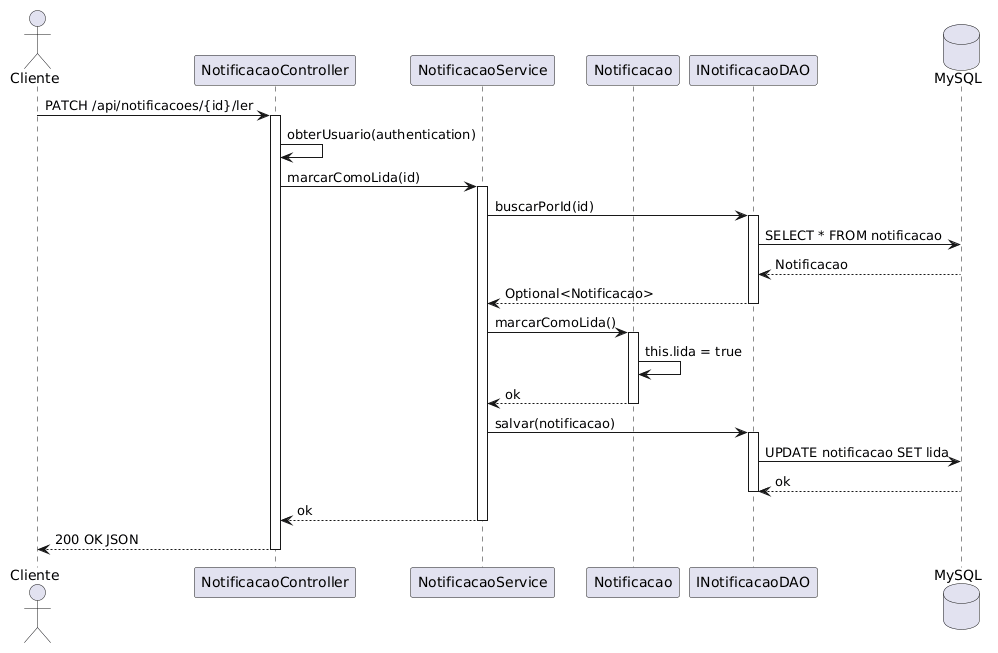
Before: Diagramas/Diagramas de Sequência/Notificacoes/Diagrama de Sequencia - Marcar Notificacao Como Lida.png, a diagram exported from PlantUML (MatheusAbib/Jornal-de-Receitas). Its diagram source:
```plantuml
@startuml
actor "Cliente" as user
participant "NotificacaoController" as controller
participant "NotificacaoService" as service
participant "Notificacao" as notificacao
participant "INotificacaoDAO" as dao
database "MySQL" as db

user -> controller : PATCH /api/notificacoes/{id}/ler
activate controller

controller -> controller : obterUsuario(authentication)
controller -> service : marcarComoLida(id)
activate service

service -> dao : buscarPorId(id)
activate dao
dao -> db : SELECT * FROM notificacao
db --> dao : Notificacao
dao --> service : Optional<Notificacao>
deactivate dao

service -> notificacao : marcarComoLida()
activate notificacao
notificacao -> notificacao : this.lida = true
notificacao --> service : ok
deactivate notificacao

service -> dao : salvar(notificacao)
activate dao
dao -> db : UPDATE notificacao SET lida
db --> dao : ok
deactivate dao

service --> controller : ok
deactivate service

controller --> user : 200 OK JSON
deactivate controller
@enduml
```
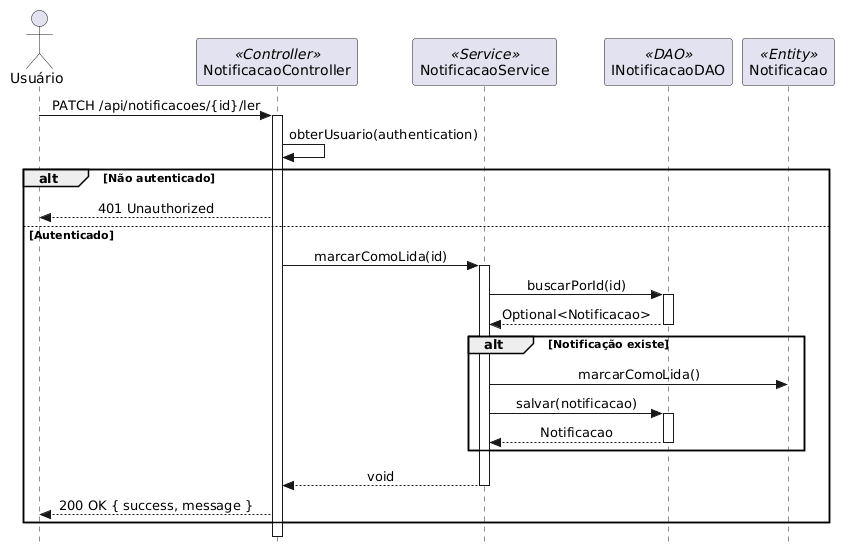
Later version of the same file.

Change to the diagram source:
```diff
@@ -1,40 +1,36 @@
 @startuml
-actor "Cliente" as user
-participant "NotificacaoController" as controller
-participant "NotificacaoService" as service
-participant "Notificacao" as notificacao
-participant "INotificacaoDAO" as dao
-database "MySQL" as db
+skinparam style strictuml
+skinparam sequenceMessageAlign center
+skinparam shadowing false
 
-user -> controller : PATCH /api/notificacoes/{id}/ler
-activate controller
+actor "Usuário" as user
+participant "NotificacaoController" as ctrl <<Controller>>
+participant "NotificacaoService" as svc <<Service>>
+participant "INotificacaoDAO" as dao <<DAO>>
+participant "Notificacao" as model <<Entity>>
 
-controller -> controller : obterUsuario(authentication)
-controller -> service : marcarComoLida(id)
-activate service
-
-service -> dao : buscarPorId(id)
-activate dao
-dao -> db : SELECT * FROM notificacao
-db --> dao : Notificacao
-dao --> service : Optional<Notificacao>
-deactivate dao
-
-service -> notificacao : marcarComoLida()
-activate notificacao
-notificacao -> notificacao : this.lida = true
-notificacao --> service : ok
-deactivate notificacao
-
-service -> dao : salvar(notificacao)
-activate dao
-dao -> db : UPDATE notificacao SET lida
-db --> dao : ok
-deactivate dao
-
-service --> controller : ok
-deactivate service
-
-controller --> user : 200 OK JSON
-deactivate controller
+user -> ctrl: PATCH /api/notificacoes/{id}/ler
+activate ctrl
+ctrl -> ctrl: obterUsuario(authentication)
+alt Não autenticado
+    ctrl --> user: 401 Unauthorized
+else Autenticado
+    ctrl -> svc: marcarComoLida(id)
+    activate svc
+    svc -> dao: buscarPorId(id)
+    activate dao
+    dao --> svc: Optional<Notificacao>
+    deactivate dao
+    alt Notificação existe
+        svc -> model: marcarComoLida()
+        svc -> dao: salvar(notificacao)
+        activate dao
+        dao --> svc: Notificacao
+        deactivate dao
+    end
+    svc --> ctrl: void
+    deactivate svc
+    ctrl --> user: 200 OK { success, message }
+end
+deactivate ctrl
 @enduml
```
